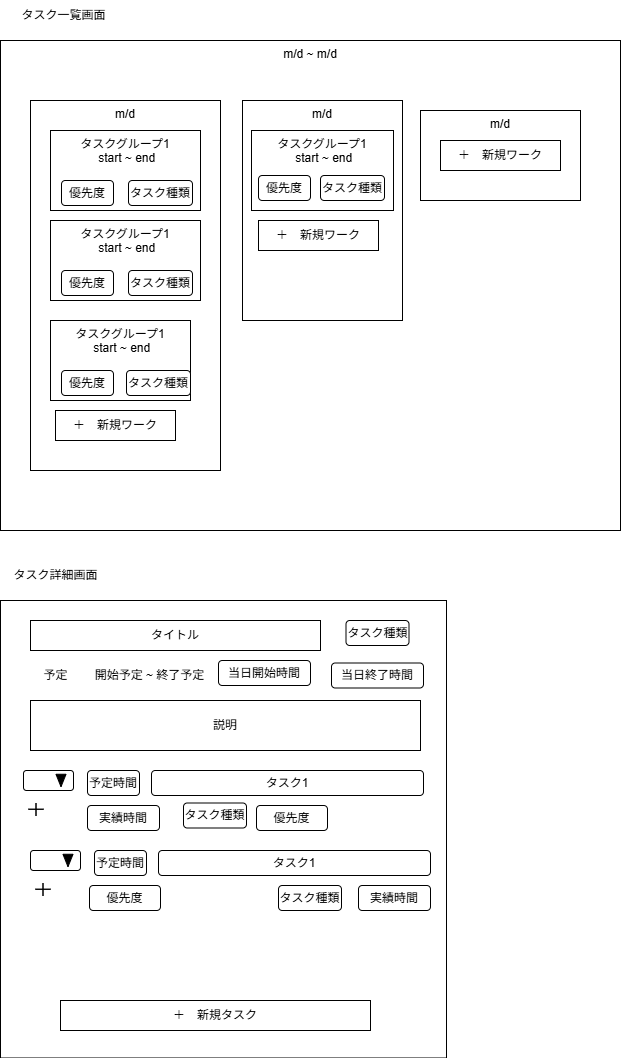
fujisann1024/SpringMVC keeps this draw.io diagram as product/img/画面遷移.drawio.png. Above is the earlier version. Source tidied: cells renumbered, new cells last; positions are measured from the earlier drawing's top-left corner, leaving out a move shared by most shapes.
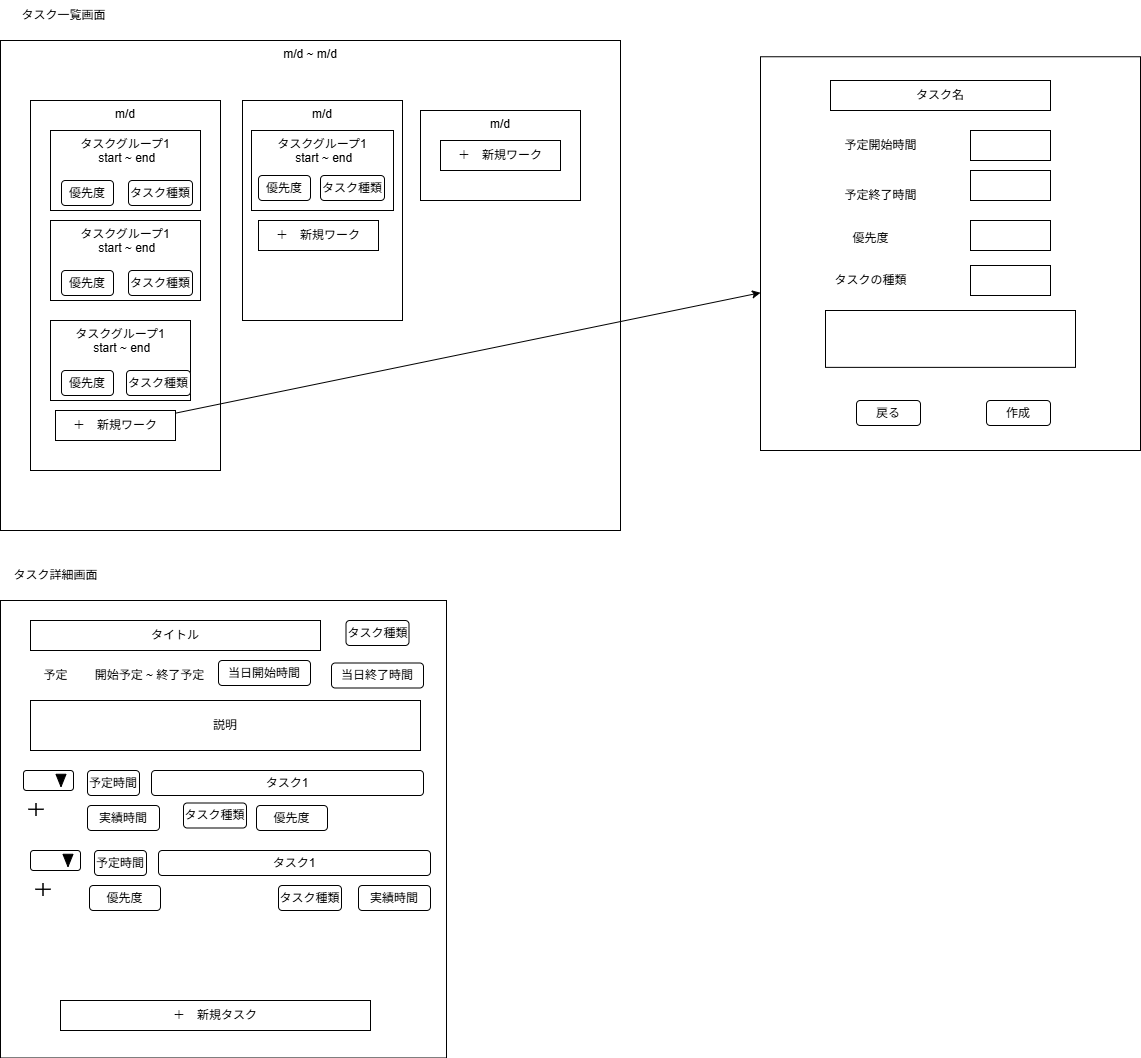
Later version of the same file.

What changed in the source:
```diff
@@ -53,6 +53,9 @@
     <mxCell id="18" value="優先度" style="rounded=1;whiteSpace=wrap;html=1;" parent="1" vertex="1">
       <mxGeometry x="61" y="370" width="52" height="25" as="geometry" />
     </mxCell>
+    <mxCell id="52" style="edgeStyle=none;html=1;" parent="1" edge="1" source="19" target="53">
+      <mxGeometry relative="1" as="geometry" />
+    </mxCell>
     <mxCell id="19" value="＋　新規ワーク" style="rounded=0;whiteSpace=wrap;html=1;" parent="1" vertex="1">
       <mxGeometry x="55" y="410" width="120" height="30" as="geometry" />
     </mxCell>
@@ -152,5 +155,44 @@
     <mxCell id="51" value="説明" style="rounded=0;whiteSpace=wrap;html=1;" parent="1" vertex="1">
       <mxGeometry x="30" y="700" width="390" height="50" as="geometry" />
     </mxCell>
+    <mxCell id="53" style="rounded=0;whiteSpace=wrap;html=1;" parent="1" vertex="1">
+      <mxGeometry x="760" y="56.2" width="380" height="393.8" as="geometry" />
+    </mxCell>
+    <mxCell id="54" style="rounded=0;whiteSpace=wrap;html=1;" parent="1" vertex="1">
+      <mxGeometry x="970" y="220" width="80" height="30" as="geometry" />
+    </mxCell>
+    <mxCell id="55" value="優先度" style="text;html=1;align=center;verticalAlign=middle;strokeColor=none;fillColor=none;" parent="1" vertex="1">
+      <mxGeometry x="840" y="223.1" width="60" height="30" as="geometry" />
+    </mxCell>
+    <mxCell id="56" value="予定開始時間" style="text;html=1;align=center;verticalAlign=middle;strokeColor=none;fillColor=none;" parent="1" vertex="1">
+      <mxGeometry x="830" y="130" width="100" height="30" as="geometry" />
+    </mxCell>
+    <mxCell id="57" style="rounded=0;whiteSpace=wrap;html=1;" parent="1" vertex="1">
+      <mxGeometry x="970" y="265" width="80" height="30" as="geometry" />
+    </mxCell>
+    <mxCell id="58" value="タスクの種類" style="text;html=1;align=center;verticalAlign=middle;strokeColor=none;fillColor=none;" parent="1" vertex="1">
+      <mxGeometry x="820" y="265" width="100" height="30" as="geometry" />
+    </mxCell>
+    <mxCell id="59" style="rounded=0;whiteSpace=wrap;html=1;" parent="1" vertex="1">
+      <mxGeometry x="825" y="310" width="250" height="56.9" as="geometry" />
+    </mxCell>
+    <mxCell id="60" value="予定終了時間" style="text;html=1;align=center;verticalAlign=middle;strokeColor=none;fillColor=none;" parent="1" vertex="1">
+      <mxGeometry x="830" y="180" width="100" height="30" as="geometry" />
+    </mxCell>
+    <mxCell id="61" style="rounded=0;whiteSpace=wrap;html=1;" parent="1" vertex="1">
+      <mxGeometry x="970" y="130" width="80" height="30" as="geometry" />
+    </mxCell>
+    <mxCell id="62" style="rounded=0;whiteSpace=wrap;html=1;" parent="1" vertex="1">
+      <mxGeometry x="970" y="170" width="80" height="30" as="geometry" />
+    </mxCell>
+    <mxCell id="63" value="タスク名" style="rounded=0;whiteSpace=wrap;html=1;" parent="1" vertex="1">
+      <mxGeometry x="830" y="80" width="220" height="30" as="geometry" />
+    </mxCell>
+    <mxCell id="64" value="作成" style="rounded=1;whiteSpace=wrap;html=1;" parent="1" vertex="1">
+      <mxGeometry x="986" y="400" width="64" height="25" as="geometry" />
+    </mxCell>
+    <mxCell id="65" value="戻る" style="rounded=1;whiteSpace=wrap;html=1;" parent="1" vertex="1">
+      <mxGeometry x="856" y="400" width="64" height="25" as="geometry" />
+    </mxCell>
   </root>
 </mxGraphModel>
```
